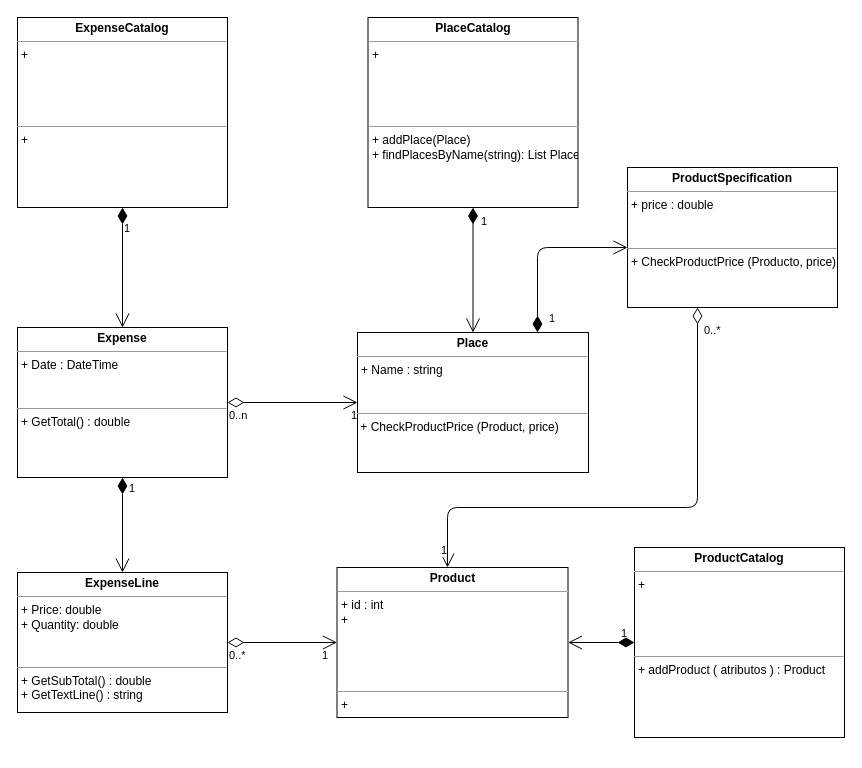
Above: uml.drawio in jorgemelnik/hiojan (draw.io), before the change. Source tidied: cells renumbered, new cells numbered last; positions are measured from the earlier drawing's top-left corner, leaving out a move shared by most shapes. Both pictures are drawn from the tidied source at 100%, with x=0, y=0 at pixel (17, 17).
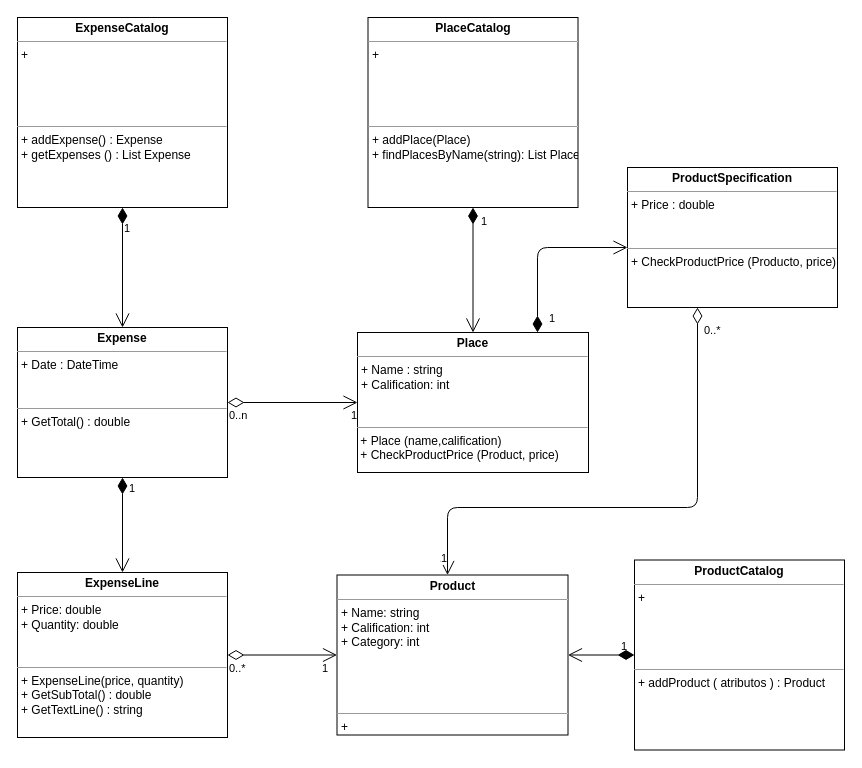
Above is the later version.

The edit, as a diff of the source:
```diff
@@
-    <mxCell id="2" value="&lt;p style=&quot;margin: 0px ; margin-top: 4px ; text-align: center&quot;&gt;&lt;b&gt;Place&lt;/b&gt;&lt;/p&gt;&lt;hr size=&quot;1&quot;&gt;&lt;p style=&quot;margin: 0px ; margin-left: 4px&quot;&gt;+ Name : string&lt;/p&gt;&lt;p style=&quot;margin: 0px ; margin-left: 4px&quot;&gt;&lt;br&gt;&lt;/p&gt;&lt;p style=&quot;margin: 0px ; margin-left: 4px&quot;&gt;&lt;br&gt;&lt;/p&gt;&lt;hr size=&quot;1&quot;&gt;&lt;p style=&quot;margin: 0px ; margin-left: 4px&quot;&gt;&lt;/p&gt;&amp;nbsp;+ CheckProductPrice (Product, price)&lt;p style=&quot;margin: 0px ; margin-left: 4px&quot;&gt;&lt;br&gt;&lt;/p&gt;&lt;p style=&quot;margin: 0px ; margin-left: 4px&quot;&gt;&lt;br&gt;&lt;/p&gt;" style="verticalAlign=top;align=left;overflow=fill;fontSize=12;fontFamily=Helvetica;html=1;" parent="1" vertex="1">
+    <mxCell id="2" value="&lt;p style=&quot;margin: 0px ; margin-top: 4px ; text-align: center&quot;&gt;&lt;b&gt;Place&lt;/b&gt;&lt;/p&gt;&lt;hr size=&quot;1&quot;&gt;&lt;p style=&quot;margin: 0px ; margin-left: 4px&quot;&gt;+ Name : string&lt;/p&gt;&lt;p style=&quot;margin: 0px ; margin-left: 4px&quot;&gt;+ Calification: int&lt;/p&gt;&lt;p style=&quot;margin: 0px ; margin-left: 4px&quot;&gt;&lt;br&gt;&lt;/p&gt;&lt;p style=&quot;margin: 0px ; margin-left: 4px&quot;&gt;&lt;br&gt;&lt;/p&gt;&lt;hr size=&quot;1&quot;&gt;&lt;p style=&quot;margin: 0px ; margin-left: 4px&quot;&gt;&lt;/p&gt;&amp;nbsp;+ Place (name,calification)&lt;br&gt;&amp;nbsp;+ CheckProductPrice (Product, price)&lt;p style=&quot;margin: 0px ; margin-left: 4px&quot;&gt;&lt;br&gt;&lt;/p&gt;&lt;p style=&quot;margin: 0px ; margin-left: 4px&quot;&gt;&lt;br&gt;&lt;/p&gt;" style="verticalAlign=top;align=left;overflow=fill;fontSize=12;fontFamily=Helvetica;html=1;" parent="1" vertex="1">
       <mxGeometry x="340" y="315" width="231" height="140" as="geometry" />
     </mxCell>
-    <mxCell id="3" value="&lt;p style=&quot;margin: 0px ; margin-top: 4px ; text-align: center&quot;&gt;&lt;b&gt;ExpenseLine&lt;/b&gt;&lt;/p&gt;&lt;hr size=&quot;1&quot;&gt;&lt;p style=&quot;margin: 0px ; margin-left: 4px&quot;&gt;+ Price: double&lt;/p&gt;&lt;p style=&quot;margin: 0px ; margin-left: 4px&quot;&gt;+ Quantity: double&lt;/p&gt;&lt;p style=&quot;margin: 0px ; margin-left: 4px&quot;&gt;&lt;br&gt;&lt;/p&gt;&lt;p style=&quot;margin: 0px ; margin-left: 4px&quot;&gt;&lt;br&gt;&lt;/p&gt;&lt;hr size=&quot;1&quot;&gt;&lt;p style=&quot;margin: 0px ; margin-left: 4px&quot;&gt;+ GetSubTotal() : double&amp;nbsp;&lt;/p&gt;&lt;p style=&quot;margin: 0px ; margin-left: 4px&quot;&gt;+ GetTextLine() : string&lt;/p&gt;" style="verticalAlign=top;align=left;overflow=fill;fontSize=12;fontFamily=Helvetica;html=1;" parent="1" vertex="1">
-      <mxGeometry y="555" width="210" height="140" as="geometry" />
+    <mxCell id="3" value="&lt;p style=&quot;margin: 0px ; margin-top: 4px ; text-align: center&quot;&gt;&lt;b&gt;ExpenseLine&lt;/b&gt;&lt;/p&gt;&lt;hr size=&quot;1&quot;&gt;&lt;p style=&quot;margin: 0px ; margin-left: 4px&quot;&gt;+ Price: double&lt;/p&gt;&lt;p style=&quot;margin: 0px ; margin-left: 4px&quot;&gt;+ Quantity: double&lt;/p&gt;&lt;p style=&quot;margin: 0px ; margin-left: 4px&quot;&gt;&lt;br&gt;&lt;/p&gt;&lt;p style=&quot;margin: 0px ; margin-left: 4px&quot;&gt;&lt;br&gt;&lt;/p&gt;&lt;hr size=&quot;1&quot;&gt;&lt;p style=&quot;margin: 0px ; margin-left: 4px&quot;&gt;+ ExpenseLine(price, quantity)&lt;/p&gt;&lt;p style=&quot;margin: 0px ; margin-left: 4px&quot;&gt;+ GetSubTotal() : double&amp;nbsp;&lt;/p&gt;&lt;p style=&quot;margin: 0px ; margin-left: 4px&quot;&gt;+ GetTextLine() : string&lt;/p&gt;" style="verticalAlign=top;align=left;overflow=fill;fontSize=12;fontFamily=Helvetica;html=1;" parent="1" vertex="1">
+      <mxGeometry y="555" width="210" height="165" as="geometry" />
     </mxCell>
-    <mxCell id="4" value="&lt;p style=&quot;margin: 0px ; margin-top: 4px ; text-align: center&quot;&gt;&lt;b&gt;ProductSpecification&lt;/b&gt;&lt;/p&gt;&lt;hr size=&quot;1&quot;&gt;&lt;p style=&quot;margin: 0px ; margin-left: 4px&quot;&gt;+ price : double&lt;/p&gt;&lt;p style=&quot;margin: 0px ; margin-left: 4px&quot;&gt;&lt;br&gt;&lt;/p&gt;&lt;p style=&quot;margin: 0px ; margin-left: 4px&quot;&gt;&lt;br&gt;&lt;/p&gt;&lt;hr size=&quot;1&quot;&gt;&lt;p style=&quot;margin: 0px ; margin-left: 4px&quot;&gt;+ CheckProductPrice (Producto, price)&lt;/p&gt;" style="verticalAlign=top;align=left;overflow=fill;fontSize=12;fontFamily=Helvetica;html=1;" parent="1" vertex="1">
+    <mxCell id="4" value="&lt;p style=&quot;margin: 0px ; margin-top: 4px ; text-align: center&quot;&gt;&lt;b&gt;ProductSpecification&lt;/b&gt;&lt;/p&gt;&lt;hr size=&quot;1&quot;&gt;&lt;p style=&quot;margin: 0px ; margin-left: 4px&quot;&gt;&lt;span&gt;+ Price : double&lt;/span&gt;&lt;br&gt;&lt;/p&gt;&lt;p style=&quot;margin: 0px ; margin-left: 4px&quot;&gt;&lt;br&gt;&lt;/p&gt;&lt;p style=&quot;margin: 0px ; margin-left: 4px&quot;&gt;&lt;br&gt;&lt;/p&gt;&lt;hr size=&quot;1&quot;&gt;&lt;p style=&quot;margin: 0px ; margin-left: 4px&quot;&gt;+ CheckProductPrice (Producto, price)&lt;/p&gt;" style="verticalAlign=top;align=left;overflow=fill;fontSize=12;fontFamily=Helvetica;html=1;" parent="1" vertex="1">
       <mxGeometry x="610" y="150" width="210" height="140" as="geometry" />
     </mxCell>
     <mxCell id="5" value="&lt;p style=&quot;margin: 0px ; margin-top: 4px ; text-align: center&quot;&gt;&lt;b&gt;ProductCatalog&lt;/b&gt;&lt;/p&gt;&lt;hr size=&quot;1&quot;&gt;&lt;p style=&quot;margin: 0px ; margin-left: 4px&quot;&gt;+&amp;nbsp;&lt;/p&gt;&lt;p style=&quot;margin: 0px ; margin-left: 4px&quot;&gt;&lt;br&gt;&lt;/p&gt;&lt;p style=&quot;margin: 0px ; margin-left: 4px&quot;&gt;&lt;br&gt;&lt;/p&gt;&lt;p style=&quot;margin: 0px ; margin-left: 4px&quot;&gt;&lt;br&gt;&lt;/p&gt;&lt;p style=&quot;margin: 0px ; margin-left: 4px&quot;&gt;&lt;br&gt;&lt;/p&gt;&lt;hr size=&quot;1&quot;&gt;&lt;p style=&quot;margin: 0px ; margin-left: 4px&quot;&gt;+ addProduct ( atributos ) : Product&lt;/p&gt;&lt;p style=&quot;margin: 0px ; margin-left: 4px&quot;&gt;&lt;br&gt;&lt;/p&gt;&lt;p style=&quot;margin: 0px ; margin-left: 4px&quot;&gt;&lt;br&gt;&lt;/p&gt;" style="verticalAlign=top;align=left;overflow=fill;fontSize=12;fontFamily=Helvetica;html=1;" parent="1" vertex="1">
-      <mxGeometry x="617" y="530" width="210" height="190" as="geometry" />
+      <mxGeometry x="617" y="542.5" width="210" height="190" as="geometry" />
     </mxCell>
-    <mxCell id="6" value="&lt;p style=&quot;margin: 0px ; margin-top: 4px ; text-align: center&quot;&gt;&lt;b&gt;Product&lt;/b&gt;&lt;/p&gt;&lt;hr size=&quot;1&quot;&gt;&lt;p style=&quot;margin: 0px ; margin-left: 4px&quot;&gt;+ id : int&lt;/p&gt;&lt;p style=&quot;margin: 0px ; margin-left: 4px&quot;&gt;+&amp;nbsp;&lt;/p&gt;&lt;p style=&quot;margin: 0px ; margin-left: 4px&quot;&gt;&lt;br&gt;&lt;/p&gt;&lt;p style=&quot;margin: 0px ; margin-left: 4px&quot;&gt;&lt;br&gt;&lt;/p&gt;&lt;p style=&quot;margin: 0px ; margin-left: 4px&quot;&gt;&lt;br&gt;&lt;/p&gt;&lt;p style=&quot;margin: 0px ; margin-left: 4px&quot;&gt;&lt;br&gt;&lt;/p&gt;&lt;hr size=&quot;1&quot;&gt;&lt;p style=&quot;margin: 0px ; margin-left: 4px&quot;&gt;+&amp;nbsp;&lt;/p&gt;&lt;p style=&quot;margin: 0px ; margin-left: 4px&quot;&gt;&lt;br&gt;&lt;/p&gt;&lt;p style=&quot;margin: 0px ; margin-left: 4px&quot;&gt;&lt;br&gt;&lt;/p&gt;" style="verticalAlign=top;align=left;overflow=fill;fontSize=12;fontFamily=Helvetica;html=1;" parent="1" vertex="1">
-      <mxGeometry x="319.5" y="550" width="231" height="150" as="geometry" />
+    <mxCell id="6" value="&lt;p style=&quot;margin: 0px ; margin-top: 4px ; text-align: center&quot;&gt;&lt;b&gt;Product&lt;/b&gt;&lt;/p&gt;&lt;hr size=&quot;1&quot;&gt;&lt;p style=&quot;margin: 0px ; margin-left: 4px&quot;&gt;+ Name: string&lt;/p&gt;&lt;p style=&quot;margin: 0px ; margin-left: 4px&quot;&gt;+ Calification: int&lt;/p&gt;&lt;p style=&quot;margin: 0px ; margin-left: 4px&quot;&gt;+ Category: int&lt;/p&gt;&lt;p style=&quot;margin: 0px ; margin-left: 4px&quot;&gt;&lt;br&gt;&lt;/p&gt;&lt;p style=&quot;margin: 0px ; margin-left: 4px&quot;&gt;&lt;br&gt;&lt;/p&gt;&lt;p style=&quot;margin: 0px ; margin-left: 4px&quot;&gt;&lt;br&gt;&lt;/p&gt;&lt;p style=&quot;margin: 0px ; margin-left: 4px&quot;&gt;&lt;br&gt;&lt;/p&gt;&lt;hr size=&quot;1&quot;&gt;&lt;p style=&quot;margin: 0px ; margin-left: 4px&quot;&gt;+&amp;nbsp;&lt;/p&gt;&lt;p style=&quot;margin: 0px ; margin-left: 4px&quot;&gt;&lt;br&gt;&lt;/p&gt;&lt;p style=&quot;margin: 0px ; margin-left: 4px&quot;&gt;&lt;br&gt;&lt;/p&gt;" style="verticalAlign=top;align=left;overflow=fill;fontSize=12;fontFamily=Helvetica;html=1;" parent="1" vertex="1">
+      <mxGeometry x="319.5" y="557.5" width="231" height="160" as="geometry" />
     </mxCell>
-    <mxCell id="7" value="&lt;p style=&quot;margin: 0px ; margin-top: 4px ; text-align: center&quot;&gt;&lt;b&gt;ExpenseCatalog&lt;/b&gt;&lt;/p&gt;&lt;hr size=&quot;1&quot;&gt;&lt;p style=&quot;margin: 0px ; margin-left: 4px&quot;&gt;+&amp;nbsp;&lt;/p&gt;&lt;p style=&quot;margin: 0px ; margin-left: 4px&quot;&gt;&lt;br&gt;&lt;/p&gt;&lt;p style=&quot;margin: 0px ; margin-left: 4px&quot;&gt;&lt;br&gt;&lt;/p&gt;&lt;p style=&quot;margin: 0px ; margin-left: 4px&quot;&gt;&lt;br&gt;&lt;/p&gt;&lt;p style=&quot;margin: 0px ; margin-left: 4px&quot;&gt;&lt;br&gt;&lt;/p&gt;&lt;hr size=&quot;1&quot;&gt;&lt;p style=&quot;margin: 0px ; margin-left: 4px&quot;&gt;+&amp;nbsp;&lt;/p&gt;&lt;p style=&quot;margin: 0px ; margin-left: 4px&quot;&gt;&lt;br&gt;&lt;/p&gt;&lt;p style=&quot;margin: 0px ; margin-left: 4px&quot;&gt;&lt;br&gt;&lt;/p&gt;" style="verticalAlign=top;align=left;overflow=fill;fontSize=12;fontFamily=Helvetica;html=1;" parent="1" vertex="1">
+    <mxCell id="7" value="&lt;p style=&quot;margin: 0px ; margin-top: 4px ; text-align: center&quot;&gt;&lt;b&gt;ExpenseCatalog&lt;/b&gt;&lt;/p&gt;&lt;hr size=&quot;1&quot;&gt;&lt;p style=&quot;margin: 0px ; margin-left: 4px&quot;&gt;+&amp;nbsp;&lt;/p&gt;&lt;p style=&quot;margin: 0px ; margin-left: 4px&quot;&gt;&lt;br&gt;&lt;/p&gt;&lt;p style=&quot;margin: 0px ; margin-left: 4px&quot;&gt;&lt;br&gt;&lt;/p&gt;&lt;p style=&quot;margin: 0px ; margin-left: 4px&quot;&gt;&lt;br&gt;&lt;/p&gt;&lt;p style=&quot;margin: 0px ; margin-left: 4px&quot;&gt;&lt;br&gt;&lt;/p&gt;&lt;hr size=&quot;1&quot;&gt;&lt;p style=&quot;margin: 0px ; margin-left: 4px&quot;&gt;+ addExpense() : Expense&lt;/p&gt;&lt;p style=&quot;margin: 0px ; margin-left: 4px&quot;&gt;+ getExpenses () : List Expense&lt;/p&gt;&lt;p style=&quot;margin: 0px ; margin-left: 4px&quot;&gt;&lt;br&gt;&lt;/p&gt;&lt;p style=&quot;margin: 0px ; margin-left: 4px&quot;&gt;&lt;br&gt;&lt;/p&gt;" style="verticalAlign=top;align=left;overflow=fill;fontSize=12;fontFamily=Helvetica;html=1;" parent="1" vertex="1">
       <mxGeometry width="210" height="190" as="geometry" />
     </mxCell>
```
